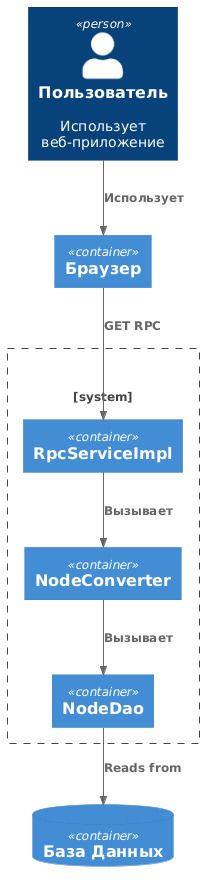
Before: docs/c4-component-server.png, a diagram exported from PlantUML (dbespa/gwt-tree). Source of this version:
```plantuml
@startuml
!include https://raw.githubusercontent.com/plantuml-stdlib/C4-PlantUML/master/C4_Container.puml

Person(person, "Пользователь", "Использует веб-приложение")
Container(browser, "Браузер")
System_Boundary(c1, "") {
    Container(rpcServiceImpl, "RpcServiceImpl")
    Container(converter, "NodeConverter")
    Container(dao, "NodeDao")
}
ContainerDb(db, "База Данных")

Rel(person, browser, "Использует")
Rel(browser, rpcServiceImpl, "GET RPC")
Rel(rpcServiceImpl, converter, "Вызывает")
Rel(converter, dao, "Вызывает")
Rel(dao, db, "Reads from")
@enduml
```
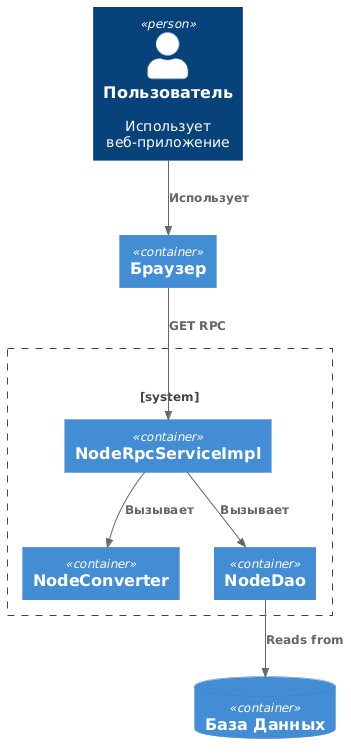
Above is the later version.

What changed in the source:
```diff
@@ -4,7 +4,7 @@
 Person(person, "Пользователь", "Использует веб-приложение")
 Container(browser, "Браузер")
 System_Boundary(c1, "") {
-    Container(rpcServiceImpl, "RpcServiceImpl")
+    Container(rpcServiceImpl, "NodeRpcServiceImpl")
     Container(converter, "NodeConverter")
     Container(dao, "NodeDao")
 }
@@ -13,6 +13,6 @@
 Rel(person, browser, "Использует")
 Rel(browser, rpcServiceImpl, "GET RPC")
 Rel(rpcServiceImpl, converter, "Вызывает")
-Rel(converter, dao, "Вызывает")
+Rel(rpcServiceImpl, dao, "Вызывает")
 Rel(dao, db, "Reads from")
 @enduml
```
